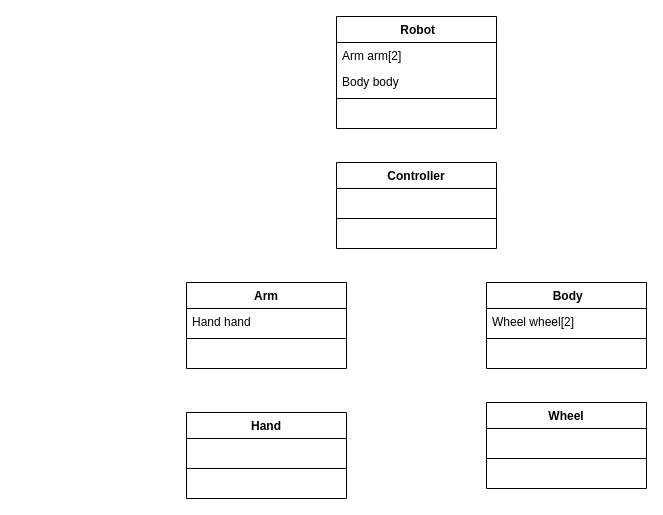
Before: 객체 설계 문제-10주차.drawio in skatld123/NSH, a draw.io diagram. Source tidied: cells renumbered, new cells numbered last; positions are measured from the earlier drawing's top-left corner, leaving out a move shared by most shapes. Both pictures are drawn from the tidied source at 100%, with x=0, y=0 at pixel (186, 16).
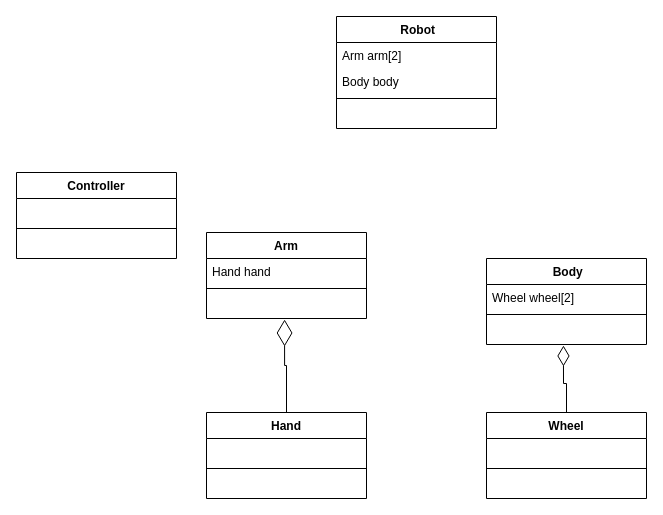
Above is the later version.

Commit message:
객체 설계 문제-10주차.drawio 업데이트

The change refers to these unchanged cells:
```xml
<mxCell id="18" value=" " style="text;strokeColor=none;fillColor=none;align=left;verticalAlign=top;spacingLeft=4;spacingRight=4;overflow=hidden;points=[[0,0.5],[1,0.5]];portConstraint=eastwest;" parent="15" vertex="1">
  <mxGeometry y="60" width="160" height="26" as="geometry" />
</mxCell>
<mxCell id="22" value=" " style="text;strokeColor=none;fillColor=none;align=left;verticalAlign=top;spacingLeft=4;spacingRight=4;overflow=hidden;points=[[0,0.5],[1,0.5]];portConstraint=eastwest;" parent="19" vertex="1">
  <mxGeometry y="60" width="160" height="26" as="geometry" />
</mxCell>
```

Change to the diagram source:
```diff
@@
+    <mxCell id="27" style="edgeStyle=orthogonalEdgeStyle;rounded=0;jettySize=auto;html=1;endArrow=diamondThin;endFill=0;endSize=18;entryX=0.481;entryY=1.038;entryDx=0;entryDy=0;entryPerimeter=0;" parent="1" edge="1" source="7" target="18">
+      <mxGeometry relative="1" as="geometry" />
+    </mxCell>
     <mxCell id="7" value="Wheel" style="swimlane;fontStyle=1;align=center;verticalAlign=top;horizontal=1;startSize=26;" parent="1" vertex="1">
-      <mxGeometry x="300" y="386" width="160" height="86" as="geometry" />
+      <mxGeometry x="300" y="396" width="160" height="86" as="geometry" />
     </mxCell>
@@
     <mxCell id="11" value="Hand" style="swimlane;fontStyle=1;align=center;verticalAlign=top;horizontal=1;startSize=26;" parent="1" vertex="1">
-      <mxGeometry y="396" width="160" height="86" as="geometry" />
+      <mxGeometry x="20" y="396" width="160" height="86" as="geometry" />
     </mxCell>
@@
     <mxCell id="15" value=" Body" style="swimlane;fontStyle=1;align=center;verticalAlign=top;horizontal=1;startSize=26;" parent="1" vertex="1">
-      <mxGeometry x="300" y="266" width="160" height="86" as="geometry" />
+      <mxGeometry x="300" y="242" width="160" height="86" as="geometry" />
     </mxCell>
@@
     <mxCell id="19" value="Arm" style="swimlane;fontStyle=1;align=center;verticalAlign=top;horizontal=1;startSize=26;" parent="1" vertex="1">
-      <mxGeometry y="266" width="160" height="86" as="geometry" />
+      <mxGeometry x="20" y="216" width="160" height="86" as="geometry" />
     </mxCell>
@@
     <mxCell id="23" value="Controller" style="swimlane;fontStyle=1;align=center;verticalAlign=top;horizontal=1;startSize=26;" parent="1" vertex="1">
-      <mxGeometry x="150" y="146" width="160" height="86" as="geometry" />
+      <mxGeometry x="-170" y="156" width="160" height="86" as="geometry" />
     </mxCell>
@@
+    <mxCell id="28" style="endArrow=diamondThin;endFill=0;endSize=24;html=1;rounded=0;edgeStyle=orthogonalEdgeStyle;exitX=0.5;exitY=0;exitDx=0;exitDy=0;entryX=0.488;entryY=1.038;entryDx=0;entryDy=0;entryPerimeter=0;" parent="1" edge="1" source="11" target="22">
+      <mxGeometry relative="1" as="geometry" />
+    </mxCell>
```
